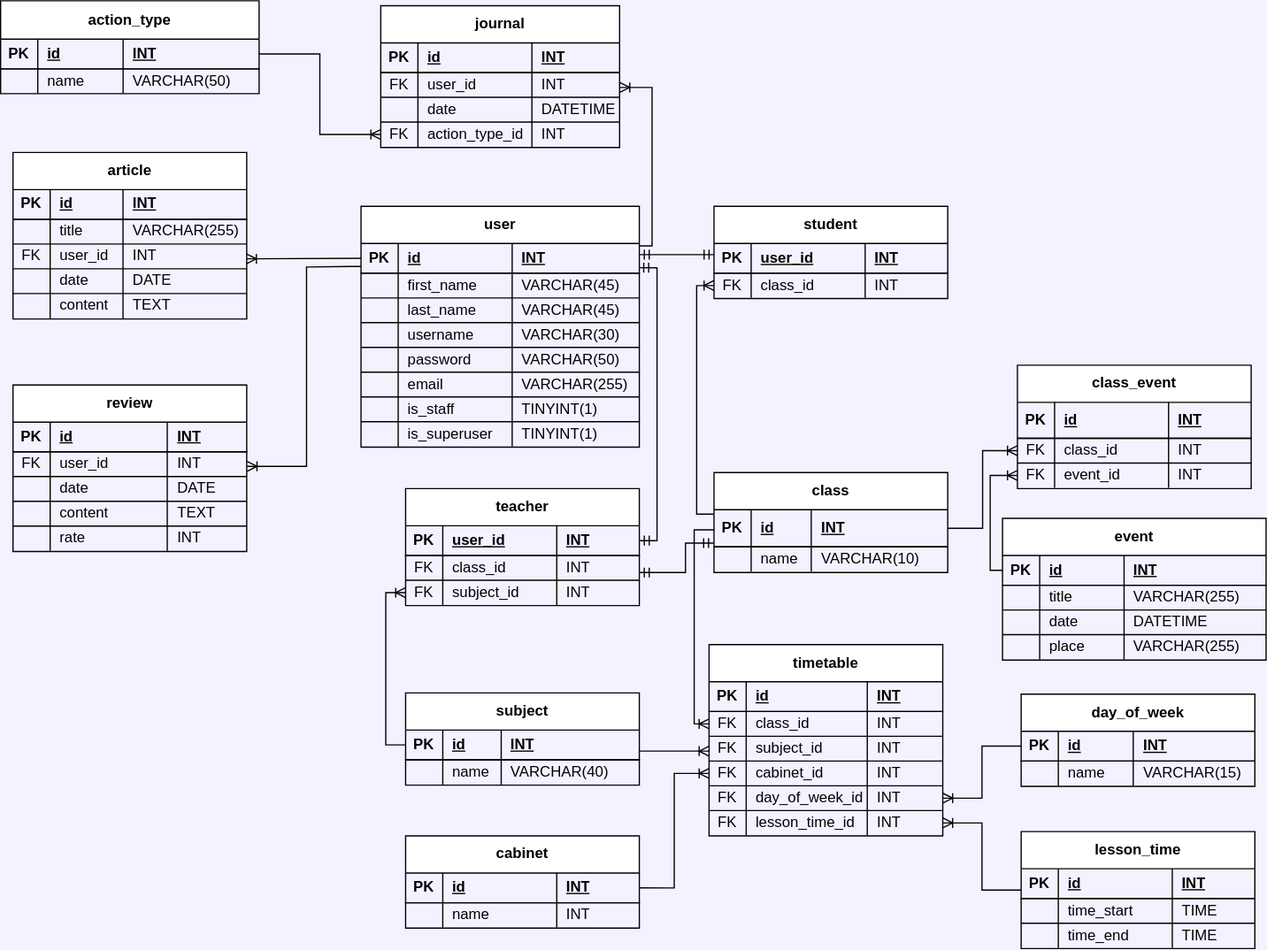
TestyCore/DBMS-5-sem keeps this draw.io diagram as bd-diagram.svg. Above is the earlier version. Source tidied: cells renumbered, new cells last; positions are measured from the earlier drawing's top-left corner, leaving out a move shared by most shapes.
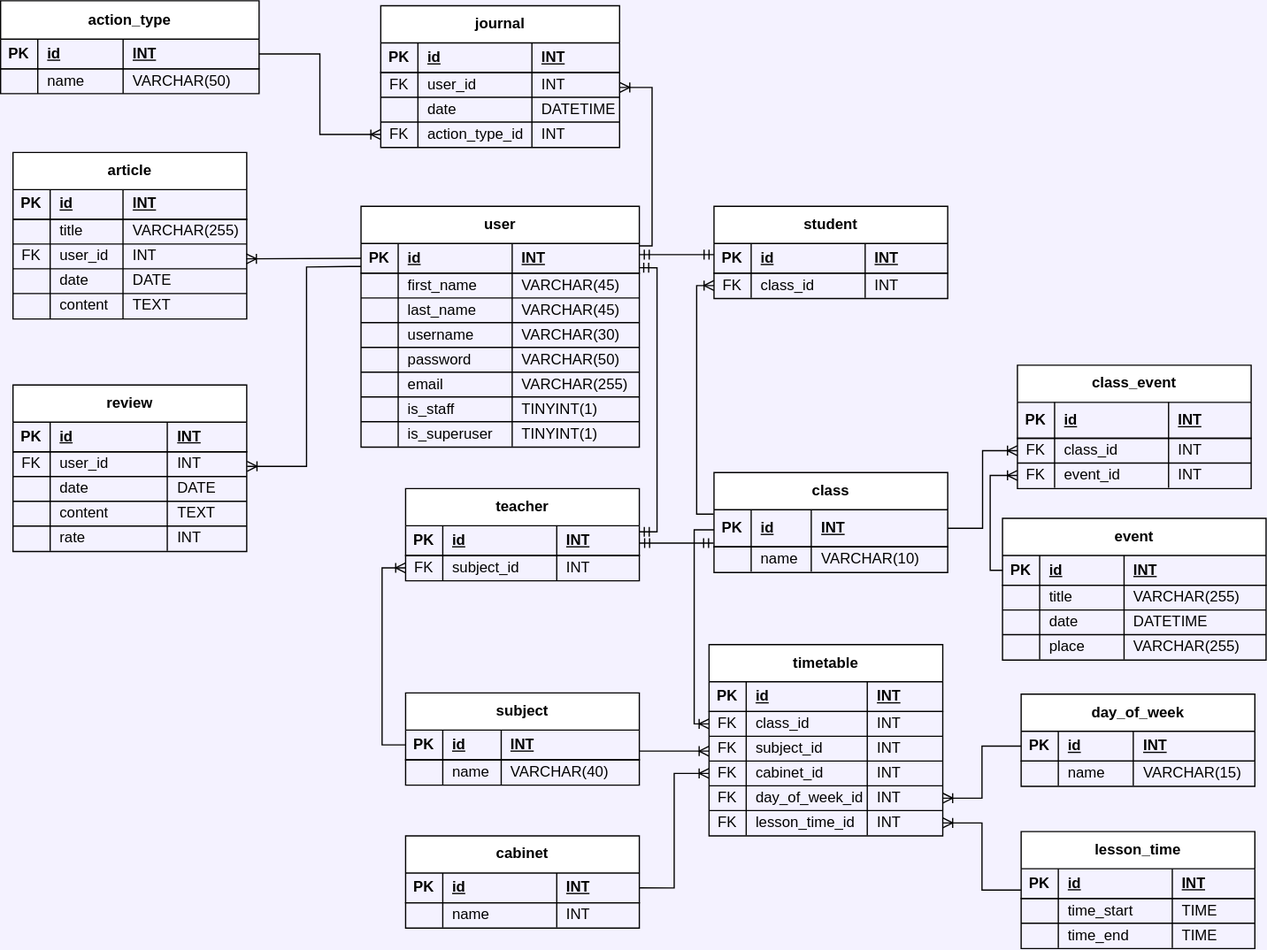
After the commit.

Commit message:
student and teacher tables updated

What changed in the source:
```diff
@@ -690,7 +690,7 @@
     <mxCell id="222" value="PK" style="shape=partialRectangle;fillColor=none;top=0;left=0;bottom=0;right=0;fontStyle=1;overflow=hidden;whiteSpace=wrap;html=1;" parent="221" vertex="1">
       <mxGeometry width="30" height="24" as="geometry" />
     </mxCell>
-    <mxCell id="223" value="user_id" style="shape=partialRectangle;fillColor=none;top=0;left=0;bottom=0;right=0;align=left;spacingLeft=6;fontStyle=5;overflow=hidden;whiteSpace=wrap;html=1;" parent="221" vertex="1">
+    <mxCell id="223" value="id" style="shape=partialRectangle;fillColor=none;top=0;left=0;bottom=0;right=0;align=left;spacingLeft=6;fontStyle=5;overflow=hidden;whiteSpace=wrap;html=1;" parent="221" vertex="1">
       <mxGeometry x="30" width="92" height="24" as="geometry" />
     </mxCell>
     <mxCell id="224" value="INT" style="shape=partialRectangle;fillColor=none;top=0;left=0;bottom=0;right=0;align=left;spacingLeft=6;fontStyle=5;overflow=hidden;whiteSpace=wrap;html=1;" parent="221" vertex="1">
@@ -723,7 +723,7 @@
       </mxGeometry>
     </mxCell>
     <mxCell id="231" value="teacher" style="shape=table;startSize=30;rowLines=1;fontStyle=1;align=center;html=1;" parent="1" vertex="1">
-      <mxGeometry x="327" y="394" width="188.7" height="94.5" as="geometry" />
+      <mxGeometry x="327" y="394" width="188.7" height="74.5" as="geometry" />
     </mxCell>
     <mxCell id="232" style="shape=tableRow;horizontal=0;startSize=0;swimlaneHead=0;swimlaneBody=0;fillColor=none;points=[[0,0.5],[1,0.5]];portConstraint=eastwest;top=0;left=0;right=0;bottom=1;" parent="231" vertex="1">
       <mxGeometry y="30" width="188.7" height="24" as="geometry" />
@@ -731,26 +731,14 @@
     <mxCell id="233" value="PK" style="shape=partialRectangle;fillColor=none;top=0;left=0;bottom=0;right=0;fontStyle=1;overflow=hidden;whiteSpace=wrap;html=1;" parent="232" vertex="1">
       <mxGeometry width="30" height="24" as="geometry" />
     </mxCell>
-    <mxCell id="234" value="user_id" style="shape=partialRectangle;fillColor=none;top=0;left=0;bottom=0;right=0;align=left;spacingLeft=6;fontStyle=5;overflow=hidden;whiteSpace=wrap;html=1;" parent="232" vertex="1">
+    <mxCell id="234" value="id" style="shape=partialRectangle;fillColor=none;top=0;left=0;bottom=0;right=0;align=left;spacingLeft=6;fontStyle=5;overflow=hidden;whiteSpace=wrap;html=1;" parent="232" vertex="1">
       <mxGeometry x="30" width="92" height="24" as="geometry" />
     </mxCell>
     <mxCell id="235" value="INT" style="shape=partialRectangle;fillColor=none;top=0;left=0;bottom=0;right=0;align=left;spacingLeft=6;fontStyle=5;overflow=hidden;whiteSpace=wrap;html=1;" parent="232" vertex="1">
       <mxGeometry x="122" width="66.7" height="24" as="geometry" />
     </mxCell>
-    <mxCell id="236" style="shape=tableRow;horizontal=0;startSize=0;swimlaneHead=0;swimlaneBody=0;fillColor=none;top=0;left=0;right=0;bottom=0;" parent="231" vertex="1">
-      <mxGeometry y="54" width="188.7" height="20" as="geometry" />
-    </mxCell>
-    <mxCell id="237" value="FK" style="shape=partialRectangle;fillColor=none;top=0;left=0;bottom=0;right=0;overflow=hidden;whiteSpace=wrap;html=1;" parent="236" vertex="1">
-      <mxGeometry width="30" height="20" as="geometry" />
-    </mxCell>
-    <mxCell id="238" value="class_id" style="shape=partialRectangle;fillColor=none;top=0;left=0;bottom=0;right=0;align=left;spacingLeft=6;overflow=hidden;whiteSpace=wrap;html=1;" parent="236" vertex="1">
-      <mxGeometry x="30" width="92" height="20" as="geometry" />
-    </mxCell>
-    <mxCell id="239" value="INT" style="shape=partialRectangle;fillColor=none;top=0;left=0;bottom=0;right=0;align=left;spacingLeft=6;overflow=hidden;whiteSpace=wrap;html=1;" parent="236" vertex="1">
-      <mxGeometry x="122" width="66.7" height="20" as="geometry" />
-    </mxCell>
     <mxCell id="240" style="shape=tableRow;horizontal=0;startSize=0;swimlaneHead=0;swimlaneBody=0;fillColor=none;points=[[0,0.5],[1,0.5]];portConstraint=eastwest;top=0;left=0;right=0;bottom=0;" parent="231" vertex="1">
-      <mxGeometry y="74" width="188.7" height="20" as="geometry" />
+      <mxGeometry y="54" width="188.7" height="20" as="geometry" />
     </mxCell>
     <mxCell id="241" value="FK" style="shape=partialRectangle;fillColor=none;top=0;left=0;bottom=0;right=0;overflow=hidden;whiteSpace=wrap;html=1;" parent="240" vertex="1">
       <mxGeometry width="30" height="20" as="geometry" />
@@ -761,20 +749,19 @@
     <mxCell id="243" value="INT" style="shape=partialRectangle;fillColor=none;top=0;left=0;bottom=0;right=0;align=left;spacingLeft=6;overflow=hidden;whiteSpace=wrap;html=1;" parent="240" vertex="1">
       <mxGeometry x="122" width="66.7" height="20" as="geometry" />
     </mxCell>
-    <mxCell id="244" style="edgeStyle=orthogonalEdgeStyle;fontSize=12;html=1;endArrow=ERmandOne;startArrow=ERmandOne;rounded=0;exitX=1;exitY=0.5;exitDx=0;exitDy=0;entryX=-0.002;entryY=0.929;entryDx=0;entryDy=0;entryPerimeter=0;" parent="1" edge="1" target="37">
+    <mxCell id="244" style="edgeStyle=orthogonalEdgeStyle;fontSize=12;html=1;endArrow=ERmandOne;startArrow=ERmandOne;rounded=0;entryX=-0.002;entryY=0.929;entryDx=0;entryDy=0;entryPerimeter=0;" parent="1" edge="1" target="37">
       <mxGeometry relative="1" as="geometry">
-        <mxPoint x="515.7" y="461.8" as="sourcePoint" />
+        <mxPoint x="516" y="438" as="sourcePoint" />
         <Array as="points">
-          <mxPoint x="553" y="462" />
-          <mxPoint x="553" y="438" />
+          <mxPoint x="516" y="438" />
           <mxPoint x="576" y="438" />
         </Array>
       </mxGeometry>
     </mxCell>
-    <mxCell id="245" style="edgeStyle=orthogonalEdgeStyle;fontSize=12;html=1;endArrow=ERmandOne;startArrow=ERmandOne;rounded=0;exitX=1;exitY=0.5;exitDx=0;exitDy=0;entryX=0.998;entryY=0.815;entryDx=0;entryDy=0;entryPerimeter=0;" parent="1" edge="1" source="232" target="3">
+    <mxCell id="245" style="edgeStyle=orthogonalEdgeStyle;fontSize=12;html=1;endArrow=ERmandOne;startArrow=ERmandOne;rounded=0;exitX=1;exitY=0.203;exitDx=0;exitDy=0;entryX=0.998;entryY=0.815;entryDx=0;entryDy=0;entryPerimeter=0;exitPerimeter=0;" parent="1" edge="1" source="232" target="3">
       <mxGeometry relative="1" as="geometry">
         <Array as="points">
-          <mxPoint x="530" y="436" />
+          <mxPoint x="530" y="429" />
           <mxPoint x="530" y="216" />
         </Array>
       </mxGeometry>
@@ -782,8 +769,8 @@
     <mxCell id="246" style="edgeStyle=orthogonalEdgeStyle;fontSize=12;html=1;endArrow=ERoneToMany;rounded=0;entryX=0;entryY=0.5;entryDx=0;entryDy=0;exitX=0;exitY=0.5;exitDx=0;exitDy=0;" parent="1" edge="1" source="145" target="240">
       <mxGeometry relative="1" as="geometry">
         <Array as="points">
-          <mxPoint x="311" y="601" />
-          <mxPoint x="311" y="478" />
+          <mxPoint x="308" y="601" />
+          <mxPoint x="308" y="458" />
         </Array>
       </mxGeometry>
     </mxCell>
```
